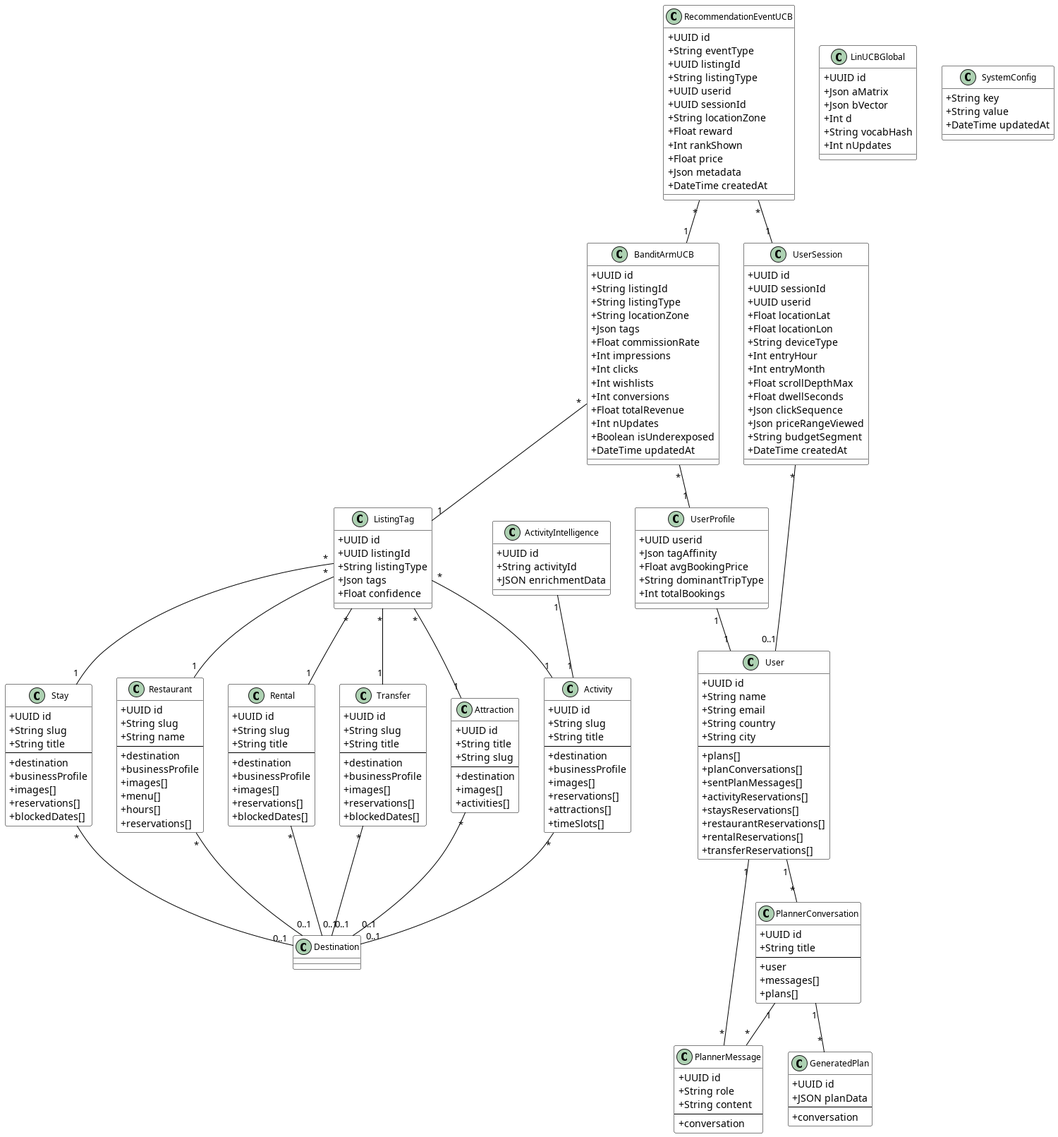
ahmed-addali/rapport keeps this PlantUML diagram as diagrams/global_class_diagram.png. Above is the earlier version.
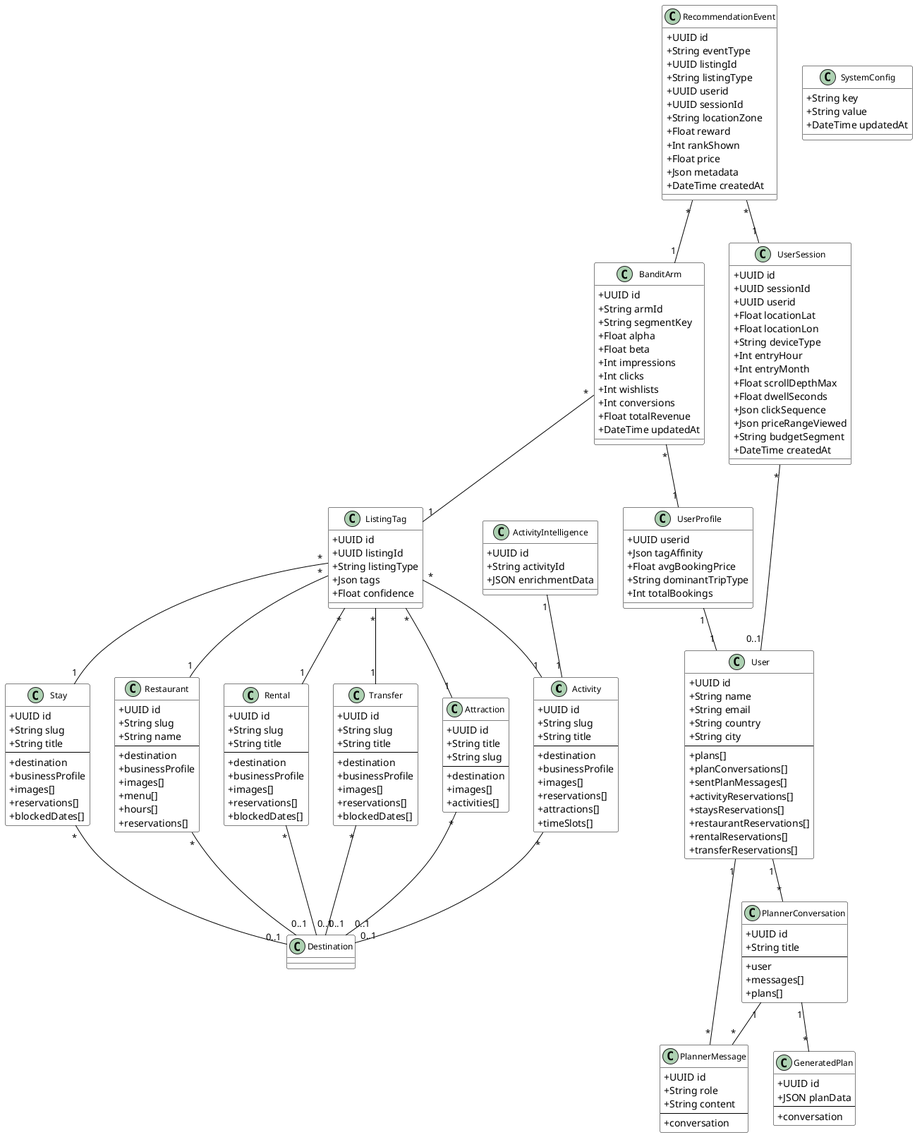
After the change.

What changed in the source:
```diff
@@ -130,30 +130,18 @@
 }
 
 
-class BanditArmUCB {
+class BanditArm {
     +UUID id
-    +String listingId
-    +String listingType
-    +String locationZone
-    +Json tags
-    +Float commissionRate
+    +String armId
+    +String segmentKey
+    +Float alpha
+    +Float beta
     +Int impressions
     +Int clicks
     +Int wishlists
     +Int conversions
     +Float totalRevenue
-    +Int nUpdates
-    +Boolean isUnderexposed
     +DateTime updatedAt
-}
-
-class LinUCBGlobal {
-    +UUID id
-    +Json aMatrix
-    +Json bVector
-    +Int d
-    +String vocabHash
-    +Int nUpdates
 }
 
 class SystemConfig {
@@ -195,7 +183,7 @@
     +DateTime createdAt
 }
 
-class RecommendationEventUCB {
+class RecommendationEvent {
     +UUID id
     +String eventType
     +UUID listingId
@@ -227,10 +215,10 @@
 
 ActivityIntelligence "1" -- "1" Activity
 
-BanditArmUCB "*" -- "1" ListingTag
-BanditArmUCB "*" -- "1" UserProfile
-RecommendationEventUCB "*" -- "1" UserSession
-RecommendationEventUCB "*" -- "1" BanditArmUCB
+BanditArm "*" -- "1" ListingTag
+BanditArm "*" -- "1" UserProfile
+RecommendationEvent "*" -- "1" UserSession
+RecommendationEvent "*" -- "1" BanditArm
 UserSession "*" -- "0..1" User
 UserProfile "1" -- "1" User
 ListingTag "*" -- "1" Activity
```
